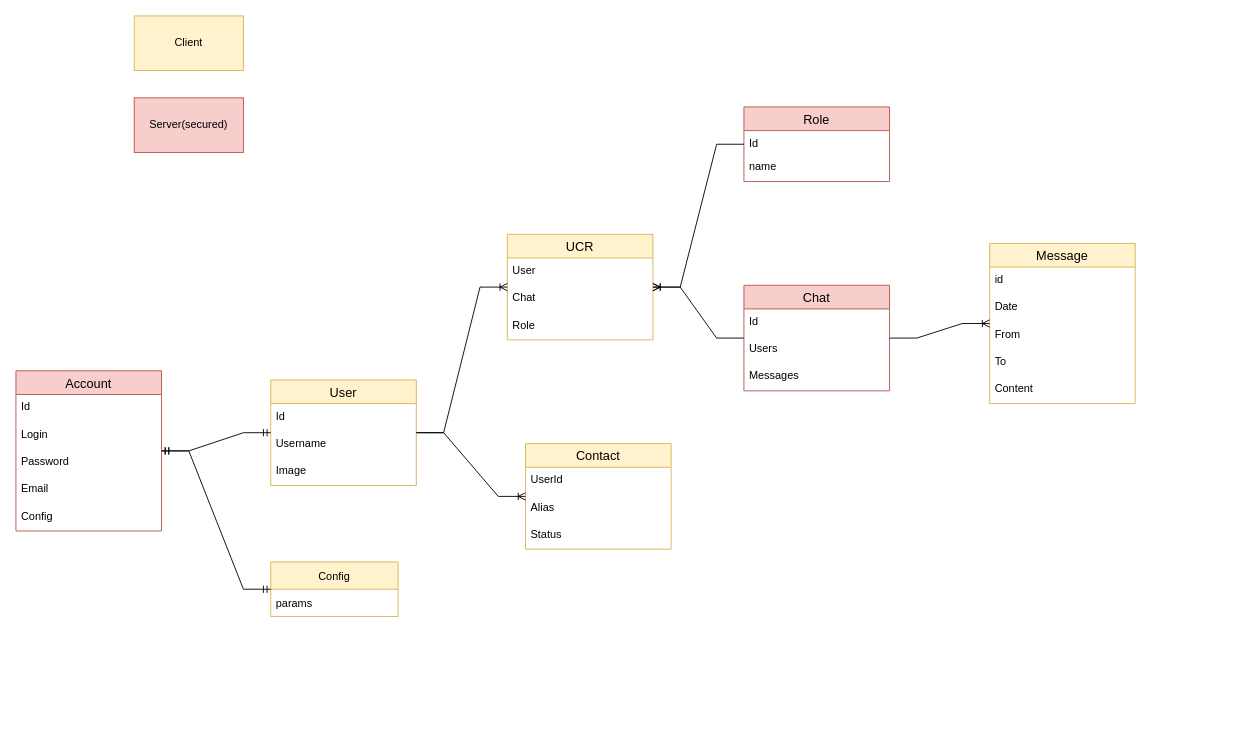
Plasmat1x/CourseProjectCS2 keeps this draw.io diagram as page "DB" (1 of 6) of Resources/DB.drawio. Above is the earlier version. Source tidied: cells renumbered, new cells numbered last; positions are measured from the earlier drawing's top-left corner, leaving out a move shared by most shapes. Both pictures are drawn from the tidied source at 91%, with x=0, y=0 at pixel (15, 15).
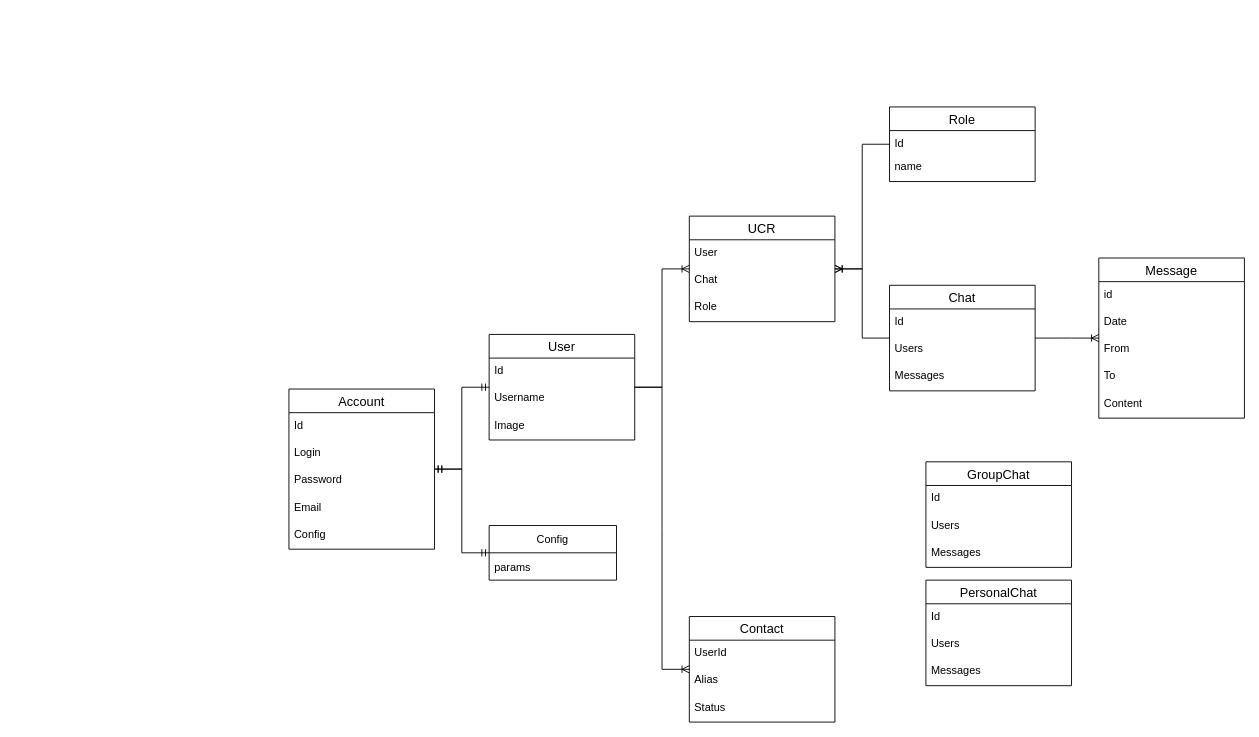
The same page after the edit.

The edit, as a diff of the source:
```diff
@@
-    <mxCell id="2" value="User" style="swimlane;fontStyle=0;horizontal=1;startSize=26;align=center;fontSize=14;fillColor=#fff2cc;strokeColor=#d6b656;" parent="1" vertex="1">
-      <mxGeometry x="280" y="400" width="160" height="116" as="geometry" />
+    <mxCell id="2" value="User" style="swimlane;fontStyle=0;horizontal=1;startSize=26;align=center;fontSize=14;" parent="1" vertex="1">
+      <mxGeometry x="520" y="350" width="160" height="116" as="geometry" />
     </mxCell>
-    <mxCell id="3" value="Id" style="text;strokeColor=none;fillColor=none;spacingLeft=4;spacingRight=4;overflow=hidden;fontSize=12;" parent="2" vertex="1">
+    <mxCell id="3" value="Id" style="text;spacingLeft=4;spacingRight=4;overflow=hidden;fontSize=12;" parent="2" vertex="1">
       <mxGeometry y="26" width="160" height="30" as="geometry" />
     </mxCell>
-    <mxCell id="4" value="Username " style="text;strokeColor=none;fillColor=none;spacingLeft=4;spacingRight=4;overflow=hidden;fontSize=12;" parent="2" vertex="1">
+    <mxCell id="4" value="Username " style="text;spacingLeft=4;spacingRight=4;overflow=hidden;fontSize=12;" parent="2" vertex="1">
       <mxGeometry y="56" width="160" height="30" as="geometry" />
     </mxCell>
-    <mxCell id="5" value="Image" style="text;strokeColor=none;fillColor=none;spacingLeft=4;spacingRight=4;overflow=hidden;fontSize=12;" parent="2" vertex="1">
+    <mxCell id="5" value="Image" style="text;spacingLeft=4;spacingRight=4;overflow=hidden;fontSize=12;" parent="2" vertex="1">
       <mxGeometry y="86" width="160" height="30" as="geometry" />
     </mxCell>
-    <mxCell id="6" value="Role" style="swimlane;fontStyle=0;horizontal=1;startSize=26;align=center;fontSize=14;fillColor=#f8cecc;strokeColor=#b85450;" parent="1" vertex="1">
-      <mxGeometry x="800" y="100" width="160" height="82" as="geometry" />
+    <mxCell id="6" value="Role" style="swimlane;fontStyle=0;horizontal=1;startSize=26;align=center;fontSize=14;" parent="1" vertex="1">
+      <mxGeometry x="960" y="100" width="160" height="82" as="geometry" />
     </mxCell>
-    <mxCell id="7" value="Id" style="text;strokeColor=none;fillColor=none;spacingLeft=4;spacingRight=4;overflow=hidden;fontSize=12;" parent="6" vertex="1">
+    <mxCell id="7" value="Id" style="text;spacingLeft=4;spacingRight=4;overflow=hidden;fontSize=12;" parent="6" vertex="1">
       <mxGeometry y="26" width="160" height="26" as="geometry" />
     </mxCell>
-    <mxCell id="8" value="name" style="text;strokeColor=none;fillColor=none;spacingLeft=4;spacingRight=4;overflow=hidden;fontSize=12;" parent="6" vertex="1">
+    <mxCell id="8" value="name" style="text;spacingLeft=4;spacingRight=4;overflow=hidden;fontSize=12;" parent="6" vertex="1">
       <mxGeometry y="52" width="160" height="30" as="geometry" />
     </mxCell>
-    <mxCell id="9" value="Chat" style="swimlane;fontStyle=0;horizontal=1;startSize=26;align=center;fontSize=14;fillColor=#f8cecc;strokeColor=#b85450;" parent="1" vertex="1">
-      <mxGeometry x="800" y="296" width="160" height="116" as="geometry" />
+    <mxCell id="9" value="Chat" style="swimlane;fontStyle=0;horizontal=1;startSize=26;align=center;fontSize=14;" parent="1" vertex="1">
+      <mxGeometry x="960" y="296" width="160" height="116" as="geometry" />
     </mxCell>
-    <mxCell id="10" value="Id" style="text;strokeColor=none;fillColor=none;spacingLeft=4;spacingRight=4;overflow=hidden;fontSize=12;" parent="9" vertex="1">
+    <mxCell id="10" value="Id" style="text;spacingLeft=4;spacingRight=4;overflow=hidden;fontSize=12;" parent="9" vertex="1">
       <mxGeometry y="26" width="160" height="30" as="geometry" />
     </mxCell>
-    <mxCell id="11" value="Users" style="text;strokeColor=none;fillColor=none;spacingLeft=4;spacingRight=4;overflow=hidden;fontSize=12;" parent="9" vertex="1">
+    <mxCell id="11" value="Users" style="text;spacingLeft=4;spacingRight=4;overflow=hidden;fontSize=12;" parent="9" vertex="1">
       <mxGeometry y="56" width="160" height="30" as="geometry" />
     </mxCell>
-    <mxCell id="12" value="Messages" style="text;strokeColor=none;fillColor=none;spacingLeft=4;spacingRight=4;overflow=hidden;fontSize=12;" parent="9" vertex="1">
+    <mxCell id="12" value="Messages" style="text;spacingLeft=4;spacingRight=4;overflow=hidden;fontSize=12;" parent="9" vertex="1">
       <mxGeometry y="86" width="160" height="30" as="geometry" />
     </mxCell>
-    <mxCell id="13" value="UCR" style="swimlane;fontStyle=0;horizontal=1;startSize=26;align=center;fontSize=14;fillColor=#fff2cc;strokeColor=#d6b656;" parent="1" vertex="1">
-      <mxGeometry x="540" y="240" width="160" height="116" as="geometry" />
+    <mxCell id="13" value="UCR" style="swimlane;fontStyle=0;horizontal=1;startSize=26;align=center;fontSize=14;" parent="1" vertex="1">
+      <mxGeometry x="740" y="220" width="160" height="116" as="geometry" />
     </mxCell>
-    <mxCell id="14" value="User" style="text;strokeColor=none;fillColor=none;spacingLeft=4;spacingRight=4;overflow=hidden;fontSize=12;" parent="13" vertex="1">
+    <mxCell id="14" value="User" style="text;spacingLeft=4;spacingRight=4;overflow=hidden;fontSize=12;" parent="13" vertex="1">
       <mxGeometry y="26" width="160" height="30" as="geometry" />
     </mxCell>
-    <mxCell id="15" value="Chat" style="text;strokeColor=none;fillColor=none;spacingLeft=4;spacingRight=4;overflow=hidden;fontSize=12;" parent="13" vertex="1">
+    <mxCell id="15" value="Chat" style="text;spacingLeft=4;spacingRight=4;overflow=hidden;fontSize=12;" parent="13" vertex="1">
       <mxGeometry y="56" width="160" height="30" as="geometry" />
     </mxCell>
-    <mxCell id="16" value="Role" style="text;strokeColor=none;fillColor=none;spacingLeft=4;spacingRight=4;overflow=hidden;fontSize=12;" parent="13" vertex="1">
+    <mxCell id="16" value="Role" style="text;spacingLeft=4;spacingRight=4;overflow=hidden;fontSize=12;" parent="13" vertex="1">
       <mxGeometry y="86" width="160" height="30" as="geometry" />
     </mxCell>
-    <mxCell id="17" value="Message" style="swimlane;fontStyle=0;horizontal=1;startSize=26;align=center;fontSize=14;fillColor=#fff2cc;strokeColor=#d6b656;" parent="1" vertex="1">
-      <mxGeometry x="1070" y="250" width="160" height="176" as="geometry" />
+    <mxCell id="17" value="Message" style="swimlane;fontStyle=0;horizontal=1;startSize=26;align=center;fontSize=14;" parent="1" vertex="1">
+      <mxGeometry x="1190" y="266" width="160" height="176" as="geometry" />
     </mxCell>
-    <mxCell id="18" value="id" style="text;strokeColor=none;fillColor=none;spacingLeft=4;spacingRight=4;overflow=hidden;fontSize=12;" parent="17" vertex="1">
+    <mxCell id="18" value="id" style="text;spacingLeft=4;spacingRight=4;overflow=hidden;fontSize=12;" parent="17" vertex="1">
       <mxGeometry y="26" width="160" height="30" as="geometry" />
     </mxCell>
-    <mxCell id="19" value="Date" style="text;strokeColor=none;fillColor=none;spacingLeft=4;spacingRight=4;overflow=hidden;fontSize=12;" parent="17" vertex="1">
+    <mxCell id="19" value="Date" style="text;spacingLeft=4;spacingRight=4;overflow=hidden;fontSize=12;" parent="17" vertex="1">
       <mxGeometry y="56" width="160" height="30" as="geometry" />
     </mxCell>
-    <mxCell id="20" value="From" style="text;strokeColor=none;fillColor=none;spacingLeft=4;spacingRight=4;overflow=hidden;fontSize=12;" parent="17" vertex="1">
+    <mxCell id="20" value="From" style="text;spacingLeft=4;spacingRight=4;overflow=hidden;fontSize=12;" parent="17" vertex="1">
       <mxGeometry y="86" width="160" height="30" as="geometry" />
     </mxCell>
-    <mxCell id="21" value="To" style="text;strokeColor=none;fillColor=none;spacingLeft=4;spacingRight=4;overflow=hidden;fontSize=12;" parent="17" vertex="1">
+    <mxCell id="21" value="To" style="text;spacingLeft=4;spacingRight=4;overflow=hidden;fontSize=12;" parent="17" vertex="1">
       <mxGeometry y="116" width="160" height="30" as="geometry" />
     </mxCell>
-    <mxCell id="22" value="Content" style="text;strokeColor=none;fillColor=none;spacingLeft=4;spacingRight=4;overflow=hidden;fontSize=12;" parent="17" vertex="1">
+    <mxCell id="22" value="Content" style="text;spacingLeft=4;spacingRight=4;overflow=hidden;fontSize=12;" parent="17" vertex="1">
       <mxGeometry y="146" width="160" height="30" as="geometry" />
     </mxCell>
@@
-    <mxCell id="27" value="Account" style="swimlane;fontStyle=0;horizontal=1;startSize=26;align=center;fontSize=14;fillColor=#f8cecc;strokeColor=#b85450;" parent="1" vertex="1">
-      <mxGeometry y="390" width="160" height="176" as="geometry" />
+    <mxCell id="27" value="Account" style="swimlane;fontStyle=0;horizontal=1;startSize=26;align=center;fontSize=14;" parent="1" vertex="1">
+      <mxGeometry x="300" y="410" width="160" height="176" as="geometry" />
     </mxCell>
-    <mxCell id="28" value="Id" style="text;strokeColor=none;fillColor=none;spacingLeft=4;spacingRight=4;overflow=hidden;fontSize=12;" parent="27" vertex="1">
+    <mxCell id="28" value="Id" style="text;spacingLeft=4;spacingRight=4;overflow=hidden;fontSize=12;" parent="27" vertex="1">
       <mxGeometry y="26" width="160" height="30" as="geometry" />
     </mxCell>
-    <mxCell id="29" value="Login" style="text;strokeColor=none;fillColor=none;spacingLeft=4;spacingRight=4;overflow=hidden;fontSize=12;" parent="27" vertex="1">
+    <mxCell id="29" value="Login" style="text;spacingLeft=4;spacingRight=4;overflow=hidden;fontSize=12;" parent="27" vertex="1">
       <mxGeometry y="56" width="160" height="30" as="geometry" />
     </mxCell>
-    <mxCell id="30" value="Password" style="text;strokeColor=none;fillColor=none;spacingLeft=4;spacingRight=4;overflow=hidden;fontSize=12;" parent="27" vertex="1">
+    <mxCell id="30" value="Password" style="text;spacingLeft=4;spacingRight=4;overflow=hidden;fontSize=12;" parent="27" vertex="1">
       <mxGeometry y="86" width="160" height="30" as="geometry" />
     </mxCell>
-    <mxCell id="31" value="Email" style="text;strokeColor=none;fillColor=none;spacingLeft=4;spacingRight=4;overflow=hidden;fontSize=12;" parent="27" vertex="1">
+    <mxCell id="31" value="Email" style="text;spacingLeft=4;spacingRight=4;overflow=hidden;fontSize=12;" parent="27" vertex="1">
       <mxGeometry y="116" width="160" height="30" as="geometry" />
     </mxCell>
-    <mxCell id="32" value="Config" style="text;strokeColor=none;fillColor=none;spacingLeft=4;spacingRight=4;overflow=hidden;fontSize=12;" parent="27" vertex="1">
+    <mxCell id="32" value="Config" style="text;spacingLeft=4;spacingRight=4;overflow=hidden;fontSize=12;" parent="27" vertex="1">
       <mxGeometry y="146" width="160" height="30" as="geometry" />
     </mxCell>
@@
-    <mxCell id="34" value="Contact" style="swimlane;fontStyle=0;horizontal=1;startSize=26;align=center;fontSize=14;fillColor=#fff2cc;strokeColor=#d6b656;" parent="1" vertex="1">
-      <mxGeometry x="560" y="470" width="160" height="116" as="geometry" />
+    <mxCell id="34" value="Contact" style="swimlane;fontStyle=0;horizontal=1;startSize=26;align=center;fontSize=14;" parent="1" vertex="1">
+      <mxGeometry x="740" y="660" width="160" height="116" as="geometry" />
     </mxCell>
-    <mxCell id="35" value="UserId" style="text;strokeColor=none;fillColor=none;spacingLeft=4;spacingRight=4;overflow=hidden;fontSize=12;" parent="34" vertex="1">
+    <mxCell id="35" value="UserId" style="text;spacingLeft=4;spacingRight=4;overflow=hidden;fontSize=12;" parent="34" vertex="1">
       <mxGeometry y="26" width="160" height="30" as="geometry" />
     </mxCell>
-    <mxCell id="36" value="Alias" style="text;strokeColor=none;fillColor=none;spacingLeft=4;spacingRight=4;overflow=hidden;fontSize=12;" parent="34" vertex="1">
+    <mxCell id="36" value="Alias" style="text;spacingLeft=4;spacingRight=4;overflow=hidden;fontSize=12;" parent="34" vertex="1">
       <mxGeometry y="56" width="160" height="30" as="geometry" />
     </mxCell>
-    <mxCell id="37" value="Status" style="text;strokeColor=none;fillColor=none;spacingLeft=4;spacingRight=4;overflow=hidden;fontSize=12;" parent="34" vertex="1">
+    <mxCell id="37" value="Status" style="text;spacingLeft=4;spacingRight=4;overflow=hidden;fontSize=12;" parent="34" vertex="1">
       <mxGeometry y="86" width="160" height="30" as="geometry" />
     </mxCell>
@@
-    <mxCell id="39" value="Client" style="whiteSpace=wrap;html=1;fillColor=#fff2cc;strokeColor=#d6b656;" parent="1" vertex="1">
-      <mxGeometry x="130" width="120" height="60" as="geometry" />
-    </mxCell>
-    <mxCell id="40" value="Server(secured)" style="whiteSpace=wrap;html=1;fillColor=#f8cecc;strokeColor=#b85450;" parent="1" vertex="1">
-      <mxGeometry x="130" y="90" width="120" height="60" as="geometry" />
-    </mxCell>
-    <mxCell id="41" value="Config" style="swimlane;fontStyle=0;horizontal=1;startSize=30;fontSize=12;fillColor=#fff2cc;strokeColor=#d6b656;" parent="1" vertex="1">
-      <mxGeometry x="280" y="600" width="140" height="60" as="geometry" />
+    <mxCell id="41" value="Config" style="swimlane;fontStyle=0;horizontal=1;startSize=30;fontSize=12;" parent="1" vertex="1">
+      <mxGeometry x="520" y="560" width="140" height="60" as="geometry" />
     </mxCell>
-    <mxCell id="42" value="params" style="text;strokeColor=none;fillColor=none;align=left;verticalAlign=middle;spacingLeft=4;spacingRight=4;overflow=hidden;fontSize=12;" parent="41" vertex="1">
+    <mxCell id="42" value="params" style="text;align=left;verticalAlign=middle;spacingLeft=4;spacingRight=4;overflow=hidden;fontSize=12;" parent="41" vertex="1">
       <mxGeometry y="30" width="140" height="30" as="geometry" />
     </mxCell>
@@
+    <mxCell id="44" value="GroupChat" style="swimlane;fontStyle=0;horizontal=1;startSize=26;align=center;fontSize=14;" parent="1" vertex="1">
+      <mxGeometry x="1000" y="490" width="160" height="116" as="geometry" />
+    </mxCell>
+    <mxCell id="45" value="Id" style="text;spacingLeft=4;spacingRight=4;overflow=hidden;fontSize=12;" parent="44" vertex="1">
+      <mxGeometry y="26" width="160" height="30" as="geometry" />
+    </mxCell>
+    <mxCell id="46" value="Users" style="text;spacingLeft=4;spacingRight=4;overflow=hidden;fontSize=12;" parent="44" vertex="1">
+      <mxGeometry y="56" width="160" height="30" as="geometry" />
+    </mxCell>
+    <mxCell id="47" value="Messages" style="text;spacingLeft=4;spacingRight=4;overflow=hidden;fontSize=12;" parent="44" vertex="1">
+      <mxGeometry y="86" width="160" height="30" as="geometry" />
+    </mxCell>
+    <mxCell id="48" value="PersonalChat" style="swimlane;fontStyle=0;horizontal=1;startSize=26;align=center;fontSize=14;" parent="1" vertex="1">
+      <mxGeometry x="1000" y="620" width="160" height="116" as="geometry" />
+    </mxCell>
+    <mxCell id="49" value="Id" style="text;spacingLeft=4;spacingRight=4;overflow=hidden;fontSize=12;" parent="48" vertex="1">
+      <mxGeometry y="26" width="160" height="30" as="geometry" />
+    </mxCell>
+    <mxCell id="50" value="Users" style="text;spacingLeft=4;spacingRight=4;overflow=hidden;fontSize=12;" parent="48" vertex="1">
+      <mxGeometry y="56" width="160" height="30" as="geometry" />
+    </mxCell>
+    <mxCell id="51" value="Messages" style="text;spacingLeft=4;spacingRight=4;overflow=hidden;fontSize=12;" parent="48" vertex="1">
+      <mxGeometry y="86" width="160" height="30" as="geometry" />
+    </mxCell>
```
